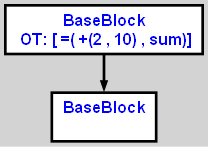
Earlier version of the Graphviz export cpoCompilerWin/input2.txt.calculator.dot.png (aveen007/CountingMonkeys). Its source is kept beside it as cpoCompilerWin/input2.txt.calculator.dot. Source of this version:
```dot
digraph G {
ordering=out;
ranksep=.4;
bgcolor="lightgrey";  node [shape=box, fixedsize=false, fontsize=12, fontname="Helvetica-bold", fontcolor="blue"
width=.25, height=.25, color="black", fillcolor="white", style="filled, solid, bold"];

edge [arrowsize=.5, color="black", style="bold"]    n000011425AD213A0 [label="BaseBlock\n OT: [ =( +(2 , 10) , sum)]
"]
    n000011425AD21400 [label="BaseBlock\n "]
    n000011425AD213A0 -> n000011425AD21400
}
```
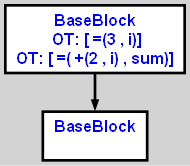
The same file after the commit.

What changed in the source:
```diff
@@ -4,8 +4,9 @@
 bgcolor="lightgrey";  node [shape=box, fixedsize=false, fontsize=12, fontname="Helvetica-bold", fontcolor="blue"
 width=.25, height=.25, color="black", fillcolor="white", style="filled, solid, bold"];
 
-edge [arrowsize=.5, color="black", style="bold"]    n000011425AD213A0 [label="BaseBlock\n OT: [ =( +(2 , 10) , sum)]
+edge [arrowsize=.5, color="black", style="bold"]    n000011C984FA13A0 [label="BaseBlock\n OT: [ =(3 , i)]
+OT: [ =( +(2 , i) , sum)]
 "]
-    n000011425AD21400 [label="BaseBlock\n "]
-    n000011425AD213A0 -> n000011425AD21400
+    n000011C984FA1400 [label="BaseBlock\n "]
+    n000011C984FA13A0 -> n000011C984FA1400
 }
```
